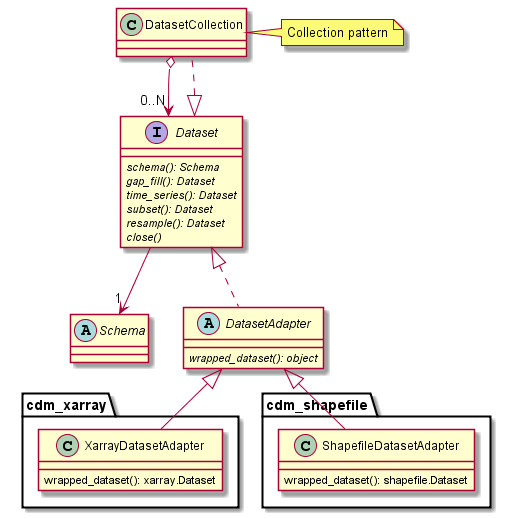
Above: doc/source/_static/uml/cdm.png in CCI-Tools/cate (PlantUML), before the change.
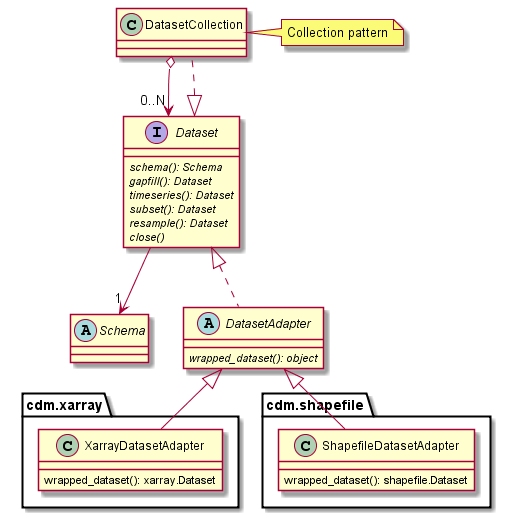
After the commit.

The edit, as a diff of the source:
```diff
@@ -2,8 +2,8 @@
 
 interface Dataset {
     {abstract} schema(): Schema
-    {abstract} gap_fill(): Dataset
-    {abstract} time_series(): Dataset
+    {abstract} gapfill(): Dataset
+    {abstract} timeseries(): Dataset
     {abstract} subset(): Dataset
     {abstract} resample(): Dataset
     {abstract} close()
@@ -19,11 +19,11 @@
 class DatasetCollection implements Dataset {
 }
 
-class cdm_xarray.XarrayDatasetAdapter extends DatasetAdapter {
+class cdm.xarray.XarrayDatasetAdapter extends DatasetAdapter {
     wrapped_dataset(): xarray.Dataset
 }
 
-class cdm_shapefile.ShapefileDatasetAdapter extends DatasetAdapter {
+class cdm.shapefile.ShapefileDatasetAdapter extends DatasetAdapter {
     wrapped_dataset(): shapefile.Dataset
 }
 
```
